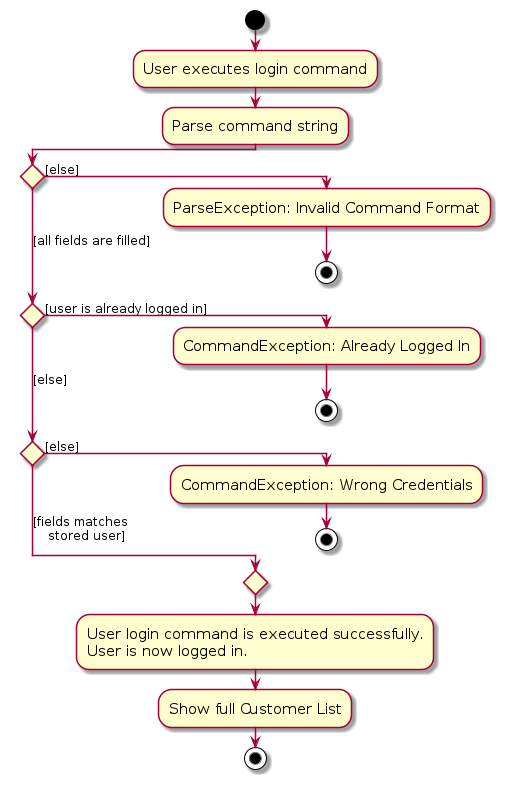
The PlantUML diagram diagrams/UserLoginActivityDiagram.png in zhonghan721/tp, before a commit. Its source is kept beside it as diagrams/UserLoginActivityDiagram.puml.
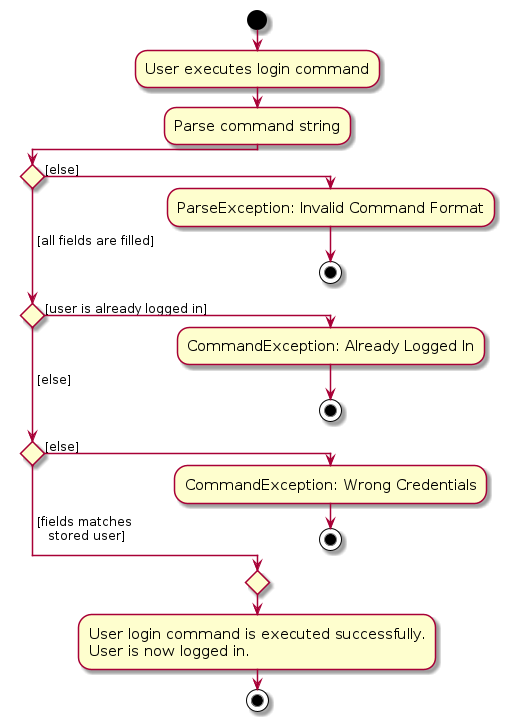
The same file after the commit.

Diff of the diagram source:
```diff
@@ -10,19 +10,18 @@
 if () then ([else])
     :ParseException: Invalid Command Format;
     stop
-([all fields are filled]) elseif () then ([user is already logged in])
+( [all fields are filled]) elseif () then ([user is already logged in])
     :CommandException: Already Logged In;
     stop
-([else]) elseif () then ([else])
+( [else]) elseif () then ([else])
     :CommandException: Wrong Credentials;
     stop
-else ([fields matches
+else ( [fields matches
     stored user])
 
 endif
 :User login command is executed successfully.
 User is now logged in.;
-:Show full Customer List;
 
 stop
 @enduml
```
